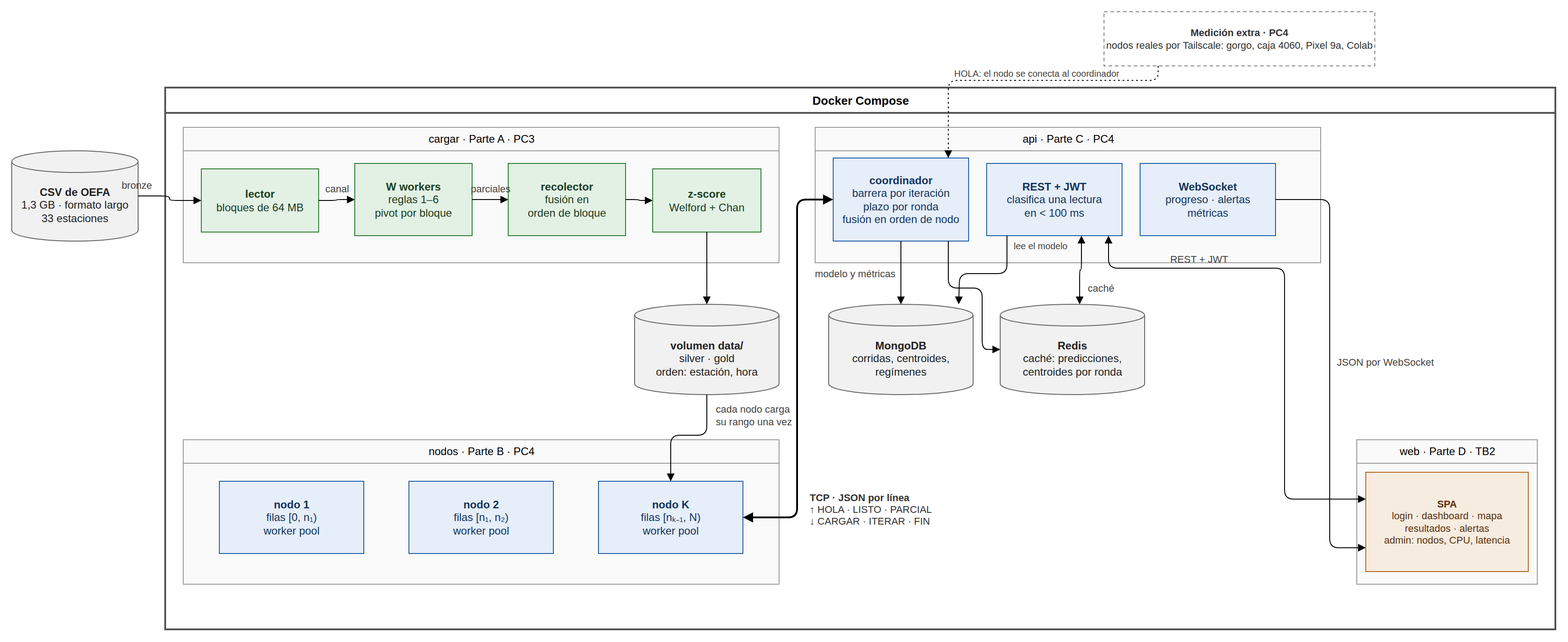
Before: docs/diagramas/arquitectura.png, a diagram exported from draw.io (R0SEWT/aire-distribuido). Source tidied: cells renumbered, new cells last; positions are measured from the earlier drawing's top-left corner, leaving out a move shared by most shapes. Its diagram source:
```xml
<mxGraphModel>
  <root>
    <mxCell id="0" />
    <mxCell id="1" parent="0" />
    <mxCell id="2" value="&lt;b&gt;CSV de OEFA&lt;/b&gt;&lt;br&gt;1,3 GB · formato largo&lt;br&gt;33 estaciones" style="shape=cylinder3;whiteSpace=wrap;html=1;boundedLbl=1;backgroundOutline=1;size=12;fillColor=#f1f1f1;strokeColor=#666666;fontColor=#222222;fontSize=12;" parent="1" vertex="1">
      <mxGeometry y="154" width="140" height="100" as="geometry" />
    </mxCell>
    <mxCell id="3" value="&lt;b&gt;Medición extra · PC4&lt;/b&gt;&lt;br&gt;nodos reales por Tailscale: gorgo, caja 4060, Pixel 9a, Colab" style="rounded=0;whiteSpace=wrap;html=1;dashed=1;dashPattern=4 3;fillColor=#ffffff;strokeColor=#888888;fontColor=#333333;fontSize=11;" parent="1" vertex="1">
      <mxGeometry x="1210" width="300" height="60" as="geometry" />
    </mxCell>
    <mxCell id="4" value="HOLA: el nodo se conecta al coordinador" style="text;html=1;align=left;verticalAlign=middle;fontSize=10;fontColor=#444444;" parent="1" vertex="1">
      <mxGeometry x="1042" y="60" width="220" height="16" as="geometry" />
    </mxCell>
    <mxCell id="5" value="bronze" style="text;html=1;align=center;verticalAlign=middle;fontSize=11;fontColor=#444444;" parent="1" vertex="1">
      <mxGeometry x="108" y="184" width="60" height="16" as="geometry" />
    </mxCell>
    <mxCell id="6" value="Docker Compose" style="swimlane;html=1;startSize=28;fontStyle=1;fontSize=13;fillColor=#ffffff;strokeColor=#555555;strokeWidth=2;swimlaneFillColor=#ffffff;" parent="1" vertex="1">
      <mxGeometry x="170" y="84" width="1540" height="600" as="geometry" />
    </mxCell>
    <mxCell id="7" value="cargar · Parte A · PC3" style="swimlane;html=1;startSize=26;fontStyle=0;fontSize=12;fillColor=#fafafa;strokeColor=#9a9a9a;swimlaneFillColor=#fafafa;" parent="6" vertex="1">
      <mxGeometry x="20" y="44" width="660" height="150" as="geometry" />
    </mxCell>
    <mxCell id="8" value="&lt;b&gt;lector&lt;/b&gt;&lt;br&gt;bloques de 64 MB" style="rounded=0;whiteSpace=wrap;html=1;fillColor=#e3f1e5;strokeColor=#2e7d32;fontColor=#1b3d1f;fontSize=12;" parent="7" vertex="1">
      <mxGeometry x="20" y="46" width="130" height="70" as="geometry" />
    </mxCell>
    <mxCell id="9" value="&lt;b&gt;W workers&lt;/b&gt;&lt;br&gt;reglas 1–6&lt;br&gt;pivot por bloque" style="rounded=0;whiteSpace=wrap;html=1;fillColor=#e3f1e5;strokeColor=#2e7d32;fontColor=#1b3d1f;fontSize=12;" parent="7" vertex="1">
      <mxGeometry x="190" y="40" width="130" height="80" as="geometry" />
    </mxCell>
    <mxCell id="10" value="&lt;b&gt;recolector&lt;/b&gt;&lt;br&gt;fusión en&lt;br&gt;orden de bloque" style="rounded=0;whiteSpace=wrap;html=1;fillColor=#e3f1e5;strokeColor=#2e7d32;fontColor=#1b3d1f;fontSize=12;" parent="7" vertex="1">
      <mxGeometry x="360" y="40" width="130" height="80" as="geometry" />
    </mxCell>
    <mxCell id="11" value="&lt;b&gt;z-score&lt;/b&gt;&lt;br&gt;Welford + Chan" style="rounded=0;whiteSpace=wrap;html=1;fillColor=#e3f1e5;strokeColor=#2e7d32;fontColor=#1b3d1f;fontSize=12;" parent="7" vertex="1">
      <mxGeometry x="520" y="46" width="120" height="70" as="geometry" />
    </mxCell>
    <mxCell id="12" value="canal" style="text;html=1;align=center;verticalAlign=middle;fontSize=11;fontColor=#444444;" parent="7" vertex="1">
      <mxGeometry x="145" y="60" width="50" height="16" as="geometry" />
    </mxCell>
    <mxCell id="13" value="parciales" style="text;html=1;align=center;verticalAlign=middle;fontSize=11;fontColor=#444444;" parent="7" vertex="1">
      <mxGeometry x="305" y="60" width="70" height="16" as="geometry" />
    </mxCell>
    <mxCell id="14" style="edgeStyle=orthogonalEdgeStyle;rounded=1;html=1;endArrow=block;exitX=1;exitY=0.5;entryX=0;entryY=0.5;" parent="7" edge="1" source="8" target="9">
      <mxGeometry relative="1" as="geometry" />
    </mxCell>
    <mxCell id="15" style="edgeStyle=orthogonalEdgeStyle;rounded=1;html=1;endArrow=block;exitX=1;exitY=0.5;entryX=0;entryY=0.5;" parent="7" edge="1" source="9" target="10">
      <mxGeometry relative="1" as="geometry" />
    </mxCell>
    <mxCell id="16" style="edgeStyle=orthogonalEdgeStyle;rounded=1;html=1;endArrow=block;exitX=1;exitY=0.5;entryX=0;entryY=0.5;" parent="7" edge="1" source="10" target="11">
      <mxGeometry relative="1" as="geometry" />
    </mxCell>
    <mxCell id="17" value="api · Parte C · PC4" style="swimlane;html=1;startSize=26;fontStyle=0;fontSize=12;fillColor=#fafafa;strokeColor=#9a9a9a;swimlaneFillColor=#fafafa;" parent="6" vertex="1">
      <mxGeometry x="720" y="44" width="560" height="150" as="geometry" />
    </mxCell>
    <mxCell id="18" value="&lt;b&gt;coordinador&lt;/b&gt;&lt;br&gt;barrera por iteración&lt;br&gt;plazo por ronda&lt;br&gt;fusión en orden de nodo" style="rounded=0;whiteSpace=wrap;html=1;fillColor=#e6eef9;strokeColor=#1f5fa8;fontColor=#13355e;fontSize=12;" parent="17" vertex="1">
      <mxGeometry x="20" y="34" width="150" height="92" as="geometry" />
    </mxCell>
    <mxCell id="19" value="&lt;b&gt;REST + JWT&lt;/b&gt;&lt;br&gt;clasifica una lectura&lt;br&gt;en &lt; 100 ms" style="rounded=0;whiteSpace=wrap;html=1;fillColor=#e6eef9;strokeColor=#1f5fa8;fontColor=#13355e;fontSize=12;" parent="17" vertex="1">
      <mxGeometry x="190" y="40" width="150" height="80" as="geometry" />
    </mxCell>
    <mxCell id="20" value="&lt;b&gt;WebSocket&lt;/b&gt;&lt;br&gt;progreso · alertas&lt;br&gt;métricas" style="rounded=0;whiteSpace=wrap;html=1;fillColor=#e6eef9;strokeColor=#1f5fa8;fontColor=#13355e;fontSize=12;" parent="17" vertex="1">
      <mxGeometry x="360" y="40" width="150" height="80" as="geometry" />
    </mxCell>
    <mxCell id="21" value="&lt;b&gt;volumen data/&lt;/b&gt;&lt;br&gt;silver · gold&lt;br&gt;orden: estación, hora" style="shape=cylinder3;whiteSpace=wrap;html=1;boundedLbl=1;backgroundOutline=1;size=12;fillColor=#f1f1f1;strokeColor=#666666;fontColor=#222222;fontSize=12;" parent="6" vertex="1">
      <mxGeometry x="520" y="240" width="160" height="100" as="geometry" />
    </mxCell>
    <mxCell id="22" value="&lt;b&gt;MongoDB&lt;/b&gt;&lt;br&gt;corridas, centroides,&lt;br&gt;regímenes" style="shape=cylinder3;whiteSpace=wrap;html=1;boundedLbl=1;backgroundOutline=1;size=12;fillColor=#f1f1f1;strokeColor=#666666;fontColor=#222222;fontSize=12;" parent="6" vertex="1">
      <mxGeometry x="735" y="240" width="160" height="100" as="geometry" />
    </mxCell>
    <mxCell id="23" value="&lt;b&gt;Redis&lt;/b&gt;&lt;br&gt;caché: predicciones,&lt;br&gt;centroides por ronda" style="shape=cylinder3;whiteSpace=wrap;html=1;boundedLbl=1;backgroundOutline=1;size=12;fillColor=#f1f1f1;strokeColor=#666666;fontColor=#222222;fontSize=12;" parent="6" vertex="1">
      <mxGeometry x="925" y="240" width="160" height="100" as="geometry" />
    </mxCell>
    <mxCell id="24" value="nodos · Parte B · PC4" style="swimlane;html=1;startSize=26;fontStyle=0;fontSize=12;fillColor=#fafafa;strokeColor=#9a9a9a;swimlaneFillColor=#fafafa;" parent="6" vertex="1">
      <mxGeometry x="20" y="390" width="660" height="160" as="geometry" />
    </mxCell>
    <mxCell id="25" value="&lt;b&gt;nodo 1&lt;/b&gt;&lt;br&gt;filas [0, n₁)&lt;br&gt;worker pool" style="rounded=0;whiteSpace=wrap;html=1;fillColor=#e6eef9;strokeColor=#1f5fa8;fontColor=#13355e;fontSize=12;" parent="24" vertex="1">
      <mxGeometry x="40" y="46" width="160" height="80" as="geometry" />
    </mxCell>
    <mxCell id="26" value="&lt;b&gt;nodo 2&lt;/b&gt;&lt;br&gt;filas [n₁, n₂)&lt;br&gt;worker pool" style="rounded=0;whiteSpace=wrap;html=1;fillColor=#e6eef9;strokeColor=#1f5fa8;fontColor=#13355e;fontSize=12;" parent="24" vertex="1">
      <mxGeometry x="250" y="46" width="160" height="80" as="geometry" />
    </mxCell>
    <mxCell id="27" value="&lt;b&gt;nodo K&lt;/b&gt;&lt;br&gt;filas [nₖ₋₁, N)&lt;br&gt;worker pool" style="rounded=0;whiteSpace=wrap;html=1;fillColor=#e6eef9;strokeColor=#1f5fa8;fontColor=#13355e;fontSize=12;" parent="24" vertex="1">
      <mxGeometry x="460" y="46" width="160" height="80" as="geometry" />
    </mxCell>
    <mxCell id="28" value="web · Parte D · TB2" style="swimlane;html=1;startSize=26;fontStyle=0;fontSize=12;fillColor=#fafafa;strokeColor=#9a9a9a;swimlaneFillColor=#fafafa;" parent="6" vertex="1">
      <mxGeometry x="1320" y="390" width="200" height="160" as="geometry" />
    </mxCell>
    <mxCell id="29" value="&lt;b&gt;SPA&lt;/b&gt;&lt;br&gt;login · dashboard · mapa&lt;br&gt;resultados · alertas&lt;br&gt;admin: nodos, CPU, latencia" style="rounded=0;whiteSpace=wrap;html=1;fillColor=#f7ece0;strokeColor=#b5651d;fontColor=#5b3210;fontSize=11;" parent="28" vertex="1">
      <mxGeometry x="10" y="36" width="180" height="110" as="geometry" />
    </mxCell>
    <mxCell id="30" value="&lt;b&gt;TCP · JSON por línea&lt;/b&gt;&lt;br&gt;↑ HOLA · LISTO · PARCIAL&lt;br&gt;↓ CARGAR · ITERAR · FIN" style="text;html=1;align=left;verticalAlign=middle;fontSize=11;fontColor=#333333;" parent="6" vertex="1">
      <mxGeometry x="712" y="440" width="170" height="54" as="geometry" />
    </mxCell>
    <mxCell id="31" value="cada nodo carga&lt;br&gt;su rango una vez" style="text;html=1;align=left;verticalAlign=middle;fontSize=11;fontColor=#444444;" parent="6" vertex="1">
      <mxGeometry x="608" y="346" width="120" height="34" as="geometry" />
    </mxCell>
    <mxCell id="32" value="modelo y métricas" style="text;html=1;align=right;verticalAlign=middle;fontSize=11;fontColor=#444444;" parent="6" vertex="1">
      <mxGeometry x="704" y="198" width="106" height="16" as="geometry" />
    </mxCell>
    <mxCell id="33" value="lee el modelo" style="text;html=1;align=left;verticalAlign=middle;fontSize=10;fontColor=#444444;" parent="6" vertex="1">
      <mxGeometry x="938" y="168" width="74" height="14" as="geometry" />
    </mxCell>
    <mxCell id="34" value="caché" style="text;html=1;align=left;verticalAlign=middle;fontSize=11;fontColor=#444444;" parent="6" vertex="1">
      <mxGeometry x="1020" y="214" width="50" height="16" as="geometry" />
    </mxCell>
    <mxCell id="35" value="REST + JWT" style="text;html=1;align=center;verticalAlign=middle;fontSize=11;fontColor=#444444;" parent="6" vertex="1">
      <mxGeometry x="1100" y="182" width="90" height="16" as="geometry" />
    </mxCell>
    <mxCell id="36" value="JSON por WebSocket" style="text;html=1;align=left;verticalAlign=middle;fontSize=11;fontColor=#444444;" parent="6" vertex="1">
      <mxGeometry x="1296" y="296" width="130" height="16" as="geometry" />
    </mxCell>
    <mxCell id="37" style="edgeStyle=orthogonalEdgeStyle;rounded=1;html=1;endArrow=block;exitX=1;exitY=0.5;entryX=0;entryY=0.5;" parent="1" edge="1" source="2" target="8">
      <mxGeometry relative="1" as="geometry" />
    </mxCell>
    <mxCell id="38" style="edgeStyle=orthogonalEdgeStyle;rounded=1;html=1;endArrow=block;dashed=1;dashPattern=2 3;exitX=0.2;exitY=1;entryX=0.85;entryY=0;" parent="1" edge="1" source="3" target="18">
      <mxGeometry relative="1" as="geometry">
        <Array as="points">
          <mxPoint x="1270" y="76" />
          <mxPoint x="1037" y="76" />
        </Array>
      </mxGeometry>
    </mxCell>
    <mxCell id="39" style="edgeStyle=orthogonalEdgeStyle;rounded=1;html=1;endArrow=block;exitX=0.5;exitY=1;entryX=0.5;entryY=0;" parent="6" edge="1" source="11" target="21">
      <mxGeometry relative="1" as="geometry" />
    </mxCell>
    <mxCell id="40" style="edgeStyle=orthogonalEdgeStyle;rounded=1;html=1;endArrow=block;exitX=0.5;exitY=1;entryX=0.5;entryY=0;" parent="6" edge="1" source="21" target="27">
      <mxGeometry relative="1" as="geometry">
        <Array as="points">
          <mxPoint x="600" y="385" />
          <mxPoint x="560" y="385" />
        </Array>
      </mxGeometry>
    </mxCell>
    <mxCell id="41" style="edgeStyle=orthogonalEdgeStyle;rounded=1;html=1;endArrow=block;startArrow=block;strokeWidth=2;exitX=1;exitY=0.5;entryX=0;entryY=0.5;" parent="6" edge="1" source="27" target="18">
      <mxGeometry relative="1" as="geometry">
        <Array as="points">
          <mxPoint x="700" y="476" />
          <mxPoint x="700" y="124" />
        </Array>
      </mxGeometry>
    </mxCell>
    <mxCell id="42" style="edgeStyle=orthogonalEdgeStyle;rounded=1;html=1;endArrow=block;exitX=0.5;exitY=1;entryX=0.5;entryY=0;" parent="6" edge="1" source="18" target="22">
      <mxGeometry relative="1" as="geometry" />
    </mxCell>
    <mxCell id="43" style="edgeStyle=orthogonalEdgeStyle;rounded=1;html=1;endArrow=block;exitX=0.85;exitY=1;entryX=0;entryY=0.5;" parent="6" edge="1" source="18" target="23">
      <mxGeometry relative="1" as="geometry">
        <Array as="points">
          <mxPoint x="867" y="222" />
          <mxPoint x="905" y="222" />
          <mxPoint x="905" y="290" />
        </Array>
      </mxGeometry>
    </mxCell>
    <mxCell id="44" style="edgeStyle=orthogonalEdgeStyle;rounded=1;html=1;endArrow=block;exitX=0.15;exitY=1;entryX=0.9;entryY=0;" parent="6" edge="1" source="19" target="22">
      <mxGeometry relative="1" as="geometry">
        <Array as="points">
          <mxPoint x="932" y="206" />
          <mxPoint x="880" y="206" />
        </Array>
      </mxGeometry>
    </mxCell>
    <mxCell id="45" style="edgeStyle=orthogonalEdgeStyle;rounded=1;html=1;endArrow=block;startArrow=block;exitX=0.7;exitY=1;entryX=0.55;entryY=0;" parent="6" edge="1" source="19" target="23">
      <mxGeometry relative="1" as="geometry" />
    </mxCell>
    <mxCell id="46" style="edgeStyle=orthogonalEdgeStyle;rounded=1;html=1;endArrow=block;startArrow=block;exitX=0.9;exitY=1;entryX=0;entryY=0.27;" parent="6" edge="1" source="19" target="29">
      <mxGeometry relative="1" as="geometry">
        <Array as="points">
          <mxPoint x="1045" y="200" />
          <mxPoint x="1240" y="200" />
          <mxPoint x="1240" y="456" />
        </Array>
      </mxGeometry>
    </mxCell>
    <mxCell id="47" style="edgeStyle=orthogonalEdgeStyle;rounded=1;html=1;endArrow=block;exitX=1;exitY=0.5;entryX=0;entryY=0.76;" parent="6" edge="1" source="20" target="29">
      <mxGeometry relative="1" as="geometry">
        <Array as="points">
          <mxPoint x="1290" y="124" />
          <mxPoint x="1290" y="510" />
        </Array>
      </mxGeometry>
    </mxCell>
  </root>
</mxGraphModel>
```
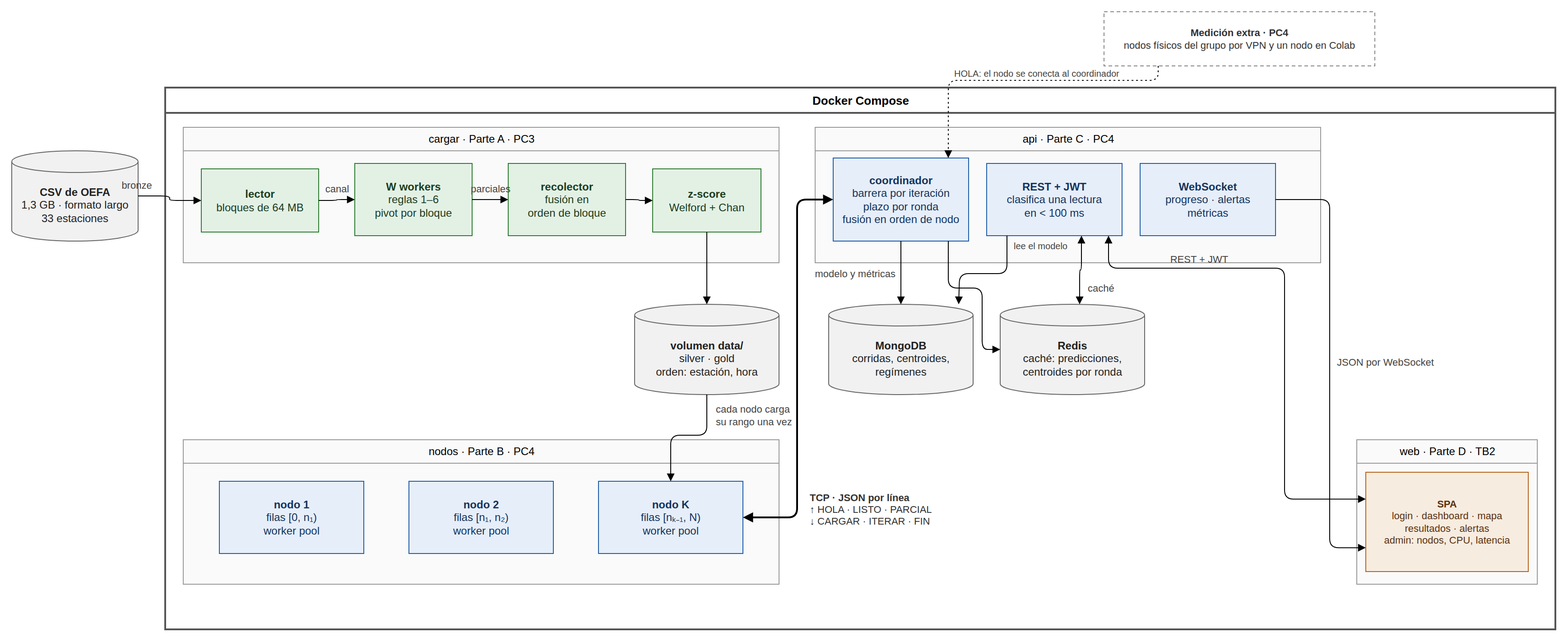
Later version of the same file.

Change to the diagram source:
```diff
@@ -5,7 +5,7 @@
     <mxCell id="2" value="&lt;b&gt;CSV de OEFA&lt;/b&gt;&lt;br&gt;1,3 GB · formato largo&lt;br&gt;33 estaciones" style="shape=cylinder3;whiteSpace=wrap;html=1;boundedLbl=1;backgroundOutline=1;size=12;fillColor=#f1f1f1;strokeColor=#666666;fontColor=#222222;fontSize=12;" parent="1" vertex="1">
       <mxGeometry y="154" width="140" height="100" as="geometry" />
     </mxCell>
-    <mxCell id="3" value="&lt;b&gt;Medición extra · PC4&lt;/b&gt;&lt;br&gt;nodos reales por Tailscale: gorgo, caja 4060, Pixel 9a, Colab" style="rounded=0;whiteSpace=wrap;html=1;dashed=1;dashPattern=4 3;fillColor=#ffffff;strokeColor=#888888;fontColor=#333333;fontSize=11;" parent="1" vertex="1">
+    <mxCell id="3" value="&lt;b&gt;Medición extra · PC4&lt;/b&gt;&lt;br&gt;nodos físicos del grupo por VPN y un nodo en Colab" style="rounded=0;whiteSpace=wrap;html=1;dashed=1;dashPattern=4 3;fillColor=#ffffff;strokeColor=#888888;fontColor=#333333;fontSize=11;" parent="1" vertex="1">
       <mxGeometry x="1210" width="300" height="60" as="geometry" />
     </mxCell>
     <mxCell id="4" value="HOLA: el nodo se conecta al coordinador" style="text;html=1;align=left;verticalAlign=middle;fontSize=10;fontColor=#444444;" parent="1" vertex="1">
```
